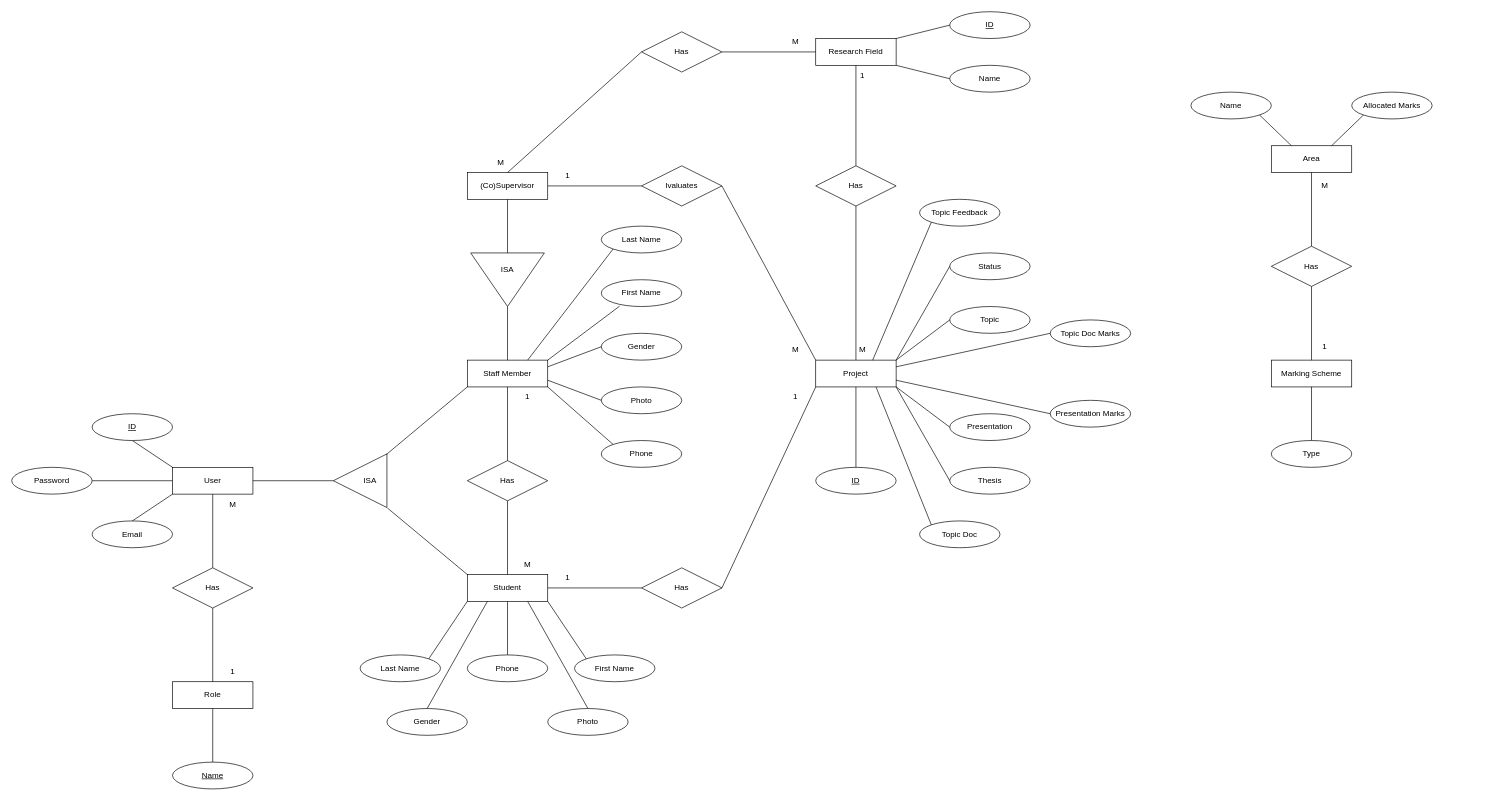
LassazVegaz/RPMT keeps this draw.io diagram as docs/ER.drawio. Above is the earlier version. Source tidied: cells renumbered, new cells numbered last; positions are measured from the earlier drawing's top-left corner, leaving out a move shared by most shapes. Both pictures are drawn from the tidied source at 67%, with x=0, y=0 at pixel (11, 11).
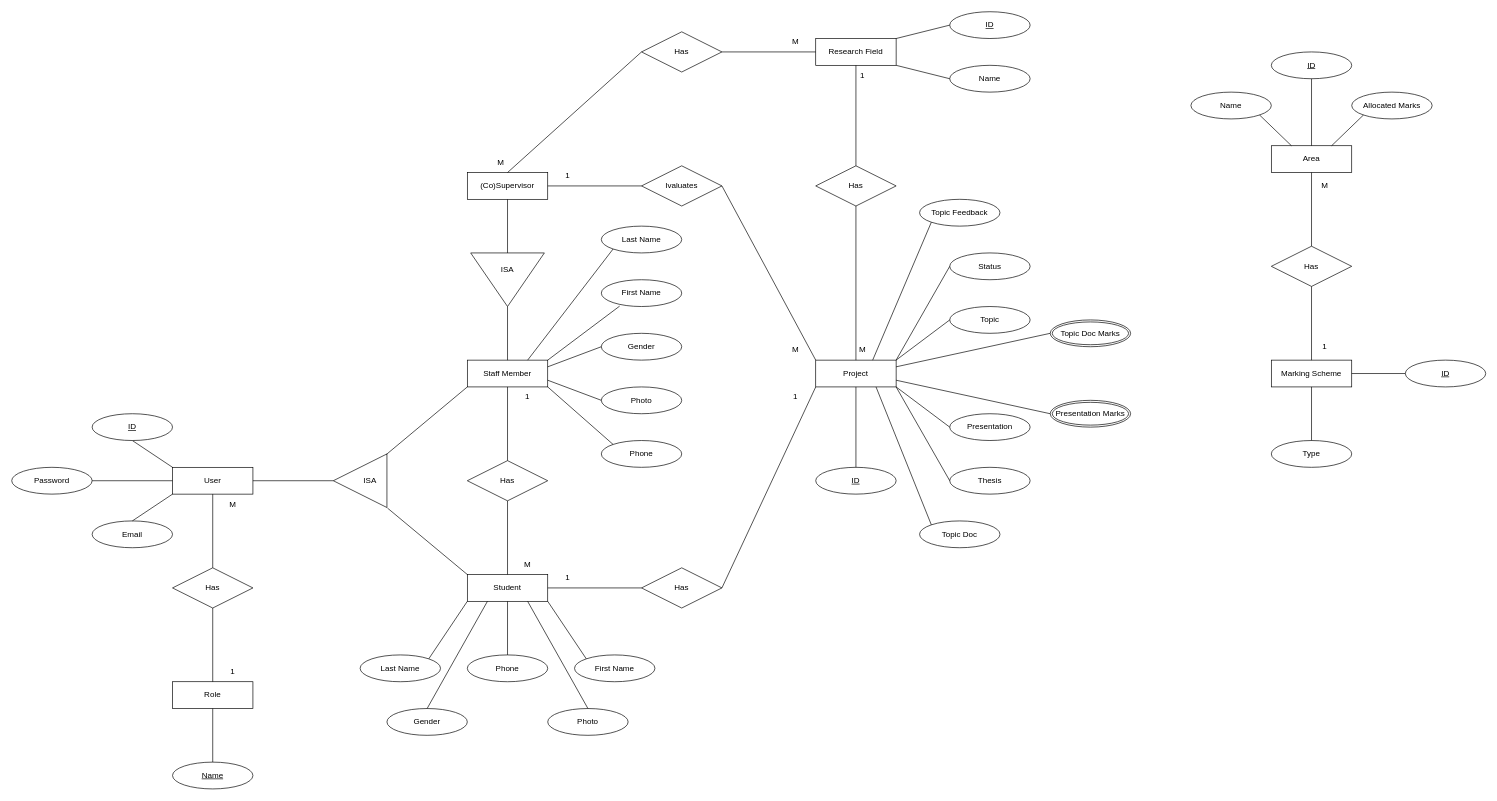
The same diagram, later.

Commit message:
er: marking schema fixes

Unchanged cells that the change refers to:
```xml
<mxCell id="32" value="Project" style="whiteSpace=wrap;html=1;align=center;" parent="1" vertex="1">
  <mxGeometry x="1200" y="520" width="120" height="40" as="geometry" />
</mxCell>
<mxCell id="94" value="Marking Scheme" style="whiteSpace=wrap;html=1;align=center;" parent="1" vertex="1">
  <mxGeometry x="1880" y="520" width="120" height="40" as="geometry" />
</mxCell>
<mxCell id="98" value="Area" style="whiteSpace=wrap;html=1;align=center;" parent="1" vertex="1">
  <mxGeometry x="1880" y="200" width="120" height="40" as="geometry" />
</mxCell>
```

Change to the diagram source:
```diff
@@
+    <mxCell id="109" style="endArrow=none;html=1;rounded=0;exitX=1;exitY=0.75;exitDx=0;exitDy=0;entryX=0;entryY=0.5;entryDx=0;entryDy=0;" parent="1" edge="1" source="32" target="107">
+      <mxGeometry relative="1" as="geometry" />
+    </mxCell>
+    <mxCell id="110" style="endArrow=none;html=1;rounded=0;exitX=1;exitY=0.25;exitDx=0;exitDy=0;entryX=0;entryY=0.5;entryDx=0;entryDy=0;" parent="1" edge="1" source="32" target="108">
+      <mxGeometry relative="1" as="geometry" />
+    </mxCell>
+    <mxCell id="111" value="ID" style="ellipse;whiteSpace=wrap;html=1;align=center;fontStyle=4;" parent="1" vertex="1">
+      <mxGeometry x="1880" y="60" width="120" height="40" as="geometry" />
+    </mxCell>
+    <mxCell id="112" style="endArrow=none;html=1;rounded=0;entryX=0.5;entryY=1;entryDx=0;entryDy=0;exitX=0.5;exitY=0;exitDx=0;exitDy=0;" parent="1" edge="1" source="98" target="111">
+      <mxGeometry relative="1" as="geometry" />
+    </mxCell>
+    <mxCell id="113" value="ID" style="ellipse;whiteSpace=wrap;html=1;align=center;fontStyle=4;" parent="1" vertex="1">
+      <mxGeometry x="2080" y="520" width="120" height="40" as="geometry" />
+    </mxCell>
+    <mxCell id="114" style="endArrow=none;html=1;rounded=0;entryX=0;entryY=0.5;entryDx=0;entryDy=0;exitX=1;exitY=0.5;exitDx=0;exitDy=0;" parent="1" edge="1" source="94" target="113">
+      <mxGeometry relative="1" as="geometry" />
+    </mxCell>
-    <mxCell id="107" value="Presentation Marks" style="ellipse;whiteSpace=wrap;html=1;align=center;" parent="1" vertex="1">
+    <mxCell id="107" value="Presentation Marks" style="ellipse;shape=doubleEllipse;margin=3;whiteSpace=wrap;html=1;align=center;" parent="1" vertex="1">
       <mxGeometry x="1550" y="580" width="120" height="40" as="geometry" />
     </mxCell>
-    <mxCell id="108" value="Topic Doc Marks" style="ellipse;whiteSpace=wrap;html=1;align=center;" parent="1" vertex="1">
+    <mxCell id="108" value="Topic Doc Marks" style="ellipse;shape=doubleEllipse;margin=3;whiteSpace=wrap;html=1;align=center;" parent="1" vertex="1">
       <mxGeometry x="1550" y="460" width="120" height="40" as="geometry" />
     </mxCell>
-    <mxCell id="109" style="endArrow=none;html=1;rounded=0;exitX=1;exitY=0.75;exitDx=0;exitDy=0;entryX=0;entryY=0.5;entryDx=0;entryDy=0;" parent="1" edge="1" source="32" target="107">
-      <mxGeometry relative="1" as="geometry" />
-    </mxCell>
-    <mxCell id="110" style="endArrow=none;html=1;rounded=0;exitX=1;exitY=0.25;exitDx=0;exitDy=0;entryX=0;entryY=0.5;entryDx=0;entryDy=0;" parent="1" edge="1" source="32" target="108">
-      <mxGeometry relative="1" as="geometry" />
-    </mxCell>
```
